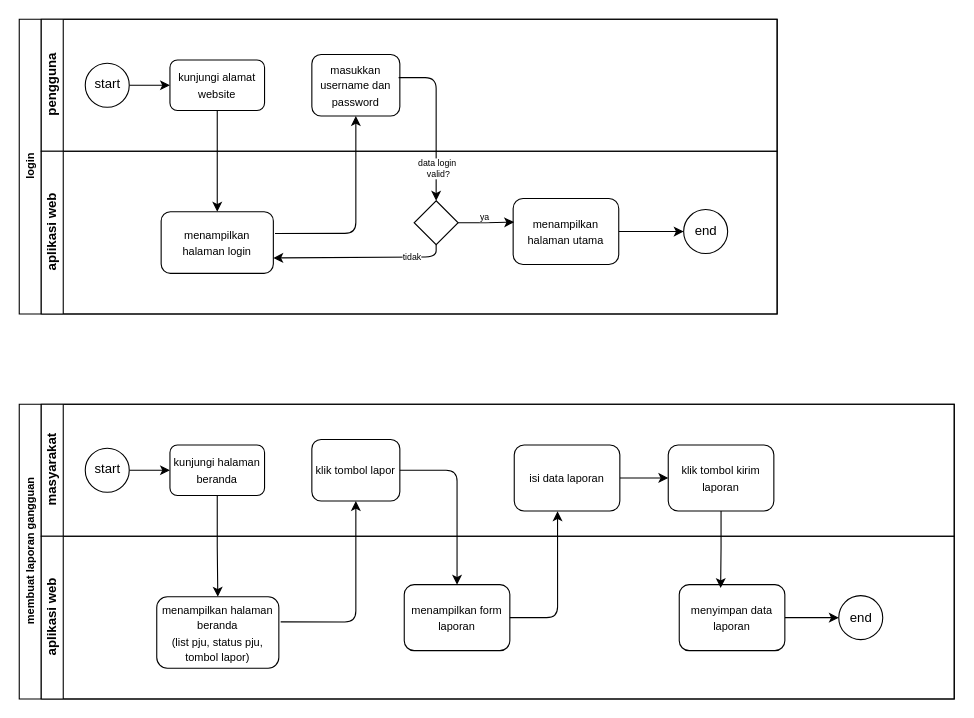
Earlier version of the draw.io diagram page "BPMN" (2 of 2) of smart-pju.drawio (eenattayani/desain). Source tidied: cells renumbered, new cells numbered last; positions are measured from the earlier drawing's top-left corner, leaving out a move shared by most shapes. Both pictures are drawn from the tidied source at 110%, with x=0, y=0 at pixel (19, 19).
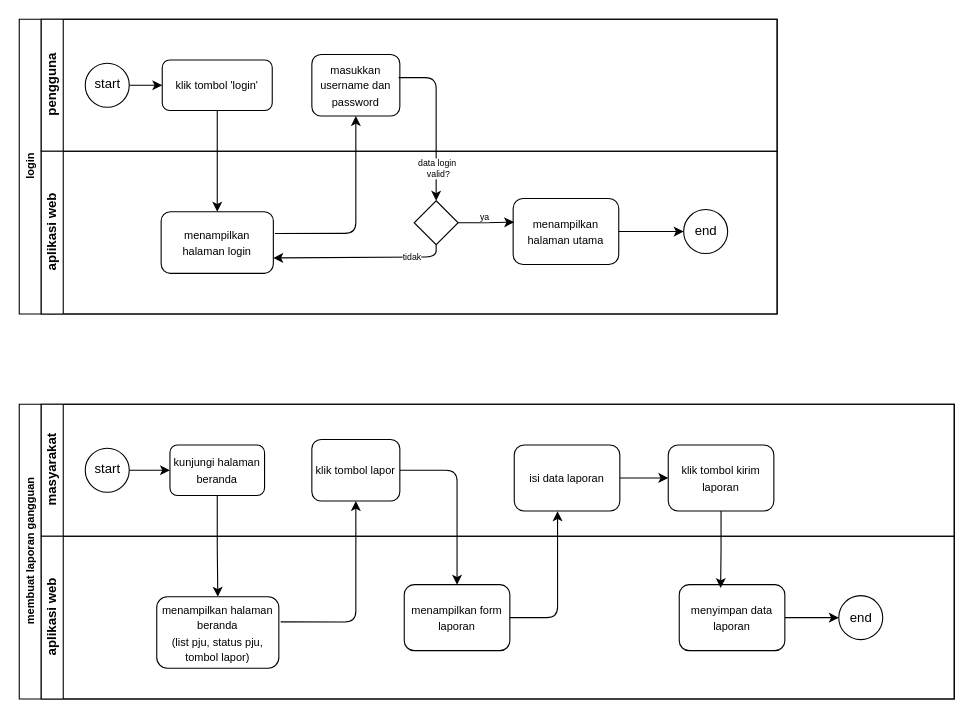
After the change.

The change refers to these unchanged cells:
```xml
<mxCell id="4" value="pengguna" style="swimlane;html=1;startSize=20;horizontal=0;" parent="2" vertex="1">
  <mxGeometry x="20" width="669" height="120" as="geometry" />
</mxCell>
```

Change to the diagram source:
```diff
@@
-    <mxCell id="7" value="&lt;font style=&quot;font-size: 10px;&quot;&gt;kunjungi alamat website&lt;/font&gt;" style="rounded=1;whiteSpace=wrap;html=1;fontFamily=Helvetica;fontSize=12;fontColor=#000000;align=center;" parent="4" vertex="1">
-      <mxGeometry x="117" y="37" width="86" height="46" as="geometry" />
+    <mxCell id="7" value="&lt;span style=&quot;font-size: 10px;&quot;&gt;klik tombol 'login'&lt;/span&gt;" style="rounded=1;whiteSpace=wrap;html=1;fontFamily=Helvetica;fontSize=12;fontColor=#000000;align=center;" parent="4" vertex="1">
+      <mxGeometry x="110" y="37" width="100" height="46" as="geometry" />
     </mxCell>
```
